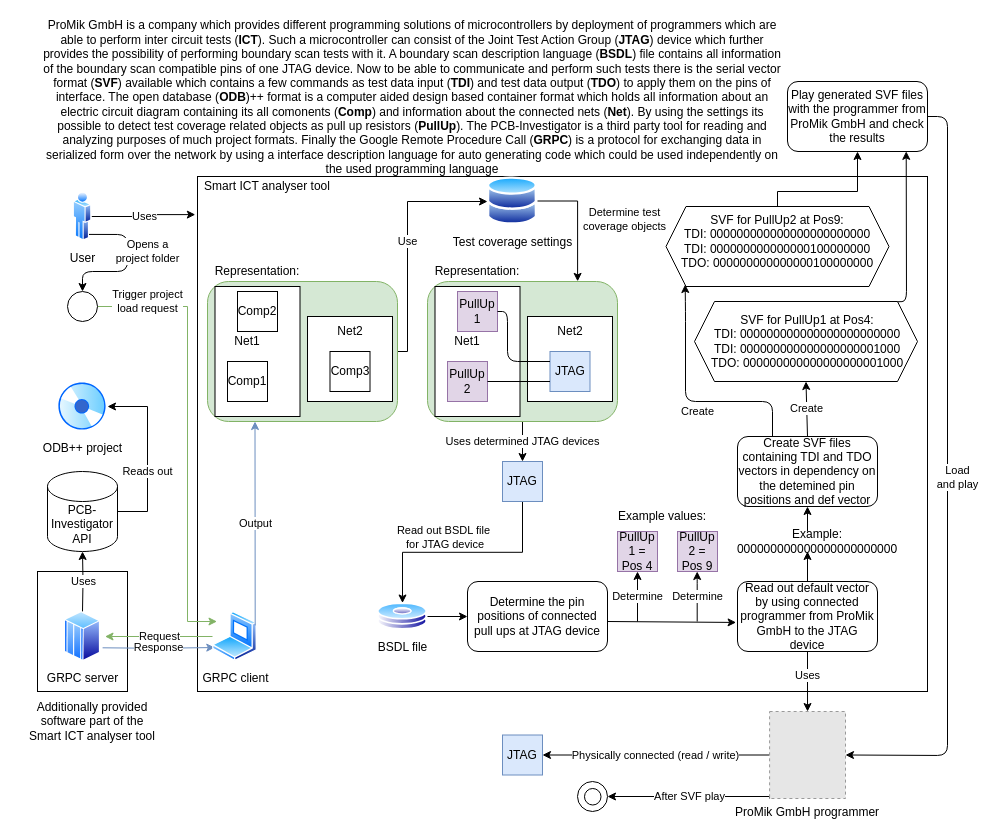
The draw.io diagram Master Thesis/drawios/poster.drawio in Razvanmatis/SmartIctAnalyzer, before the edit. Source tidied: cells renumbered, new cells numbered last; positions are measured from the earlier drawing's top-left corner, leaving out a move shared by most shapes. Both pictures are drawn from the tidied source at 100%, with x=0, y=0 at pixel (17, 17). Pictures stored in the file or linked from it are replaced by grey dashed boxes.
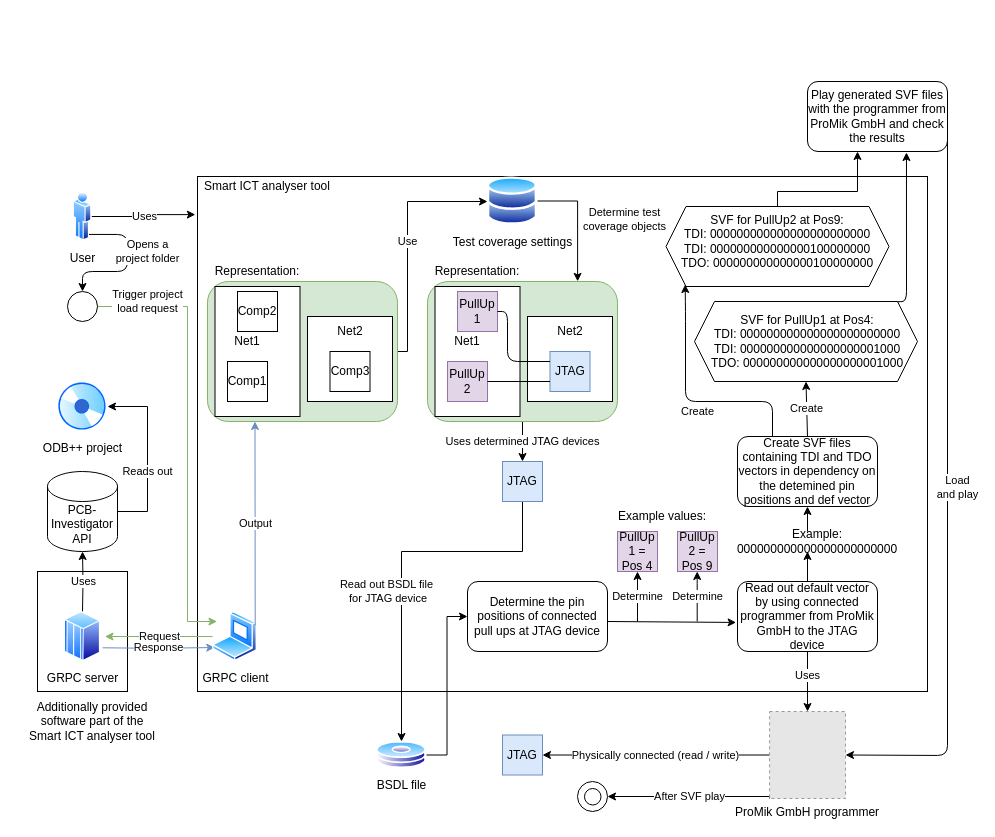
The same page after the edit.

Commit message (it also covers changes not shown here):
fin poster

Unchanged cells that the change refers to:
```xml
<mxCell id="32" value="JTAG" style="whiteSpace=wrap;html=1;fillColor=#dae8fc;strokeColor=#6c8ebf;" parent="1" vertex="1">
  <mxGeometry x="485" y="444" width="40" height="40" as="geometry" />
</mxCell>
<mxCell id="55" style="shape=hexagon;perimeter=hexagonPerimeter2;whiteSpace=wrap;html=1;fixedSize=1;" parent="1" vertex="1">
  <mxGeometry x="677" y="284" width="223" height="80" as="geometry" />
</mxCell>
<mxCell id="58" style="shape=hexagon;perimeter=hexagonPerimeter2;whiteSpace=wrap;html=1;fixedSize=1;" parent="1" vertex="1">
  <mxGeometry x="648.5" y="189" width="223" height="80" as="geometry" />
</mxCell>
```

The edit, as a diff of the source:
```diff
@@
     <mxCell id="31" value="Read out BSDL file&lt;br&gt;&amp;nbsp;for JTAG device" style="edgeStyle=orthogonalEdgeStyle;rounded=0;jettySize=auto;html=1;exitX=0.5;exitY=1;exitDx=0;exitDy=0;" parent="1" edge="1" source="32" target="34">
-      <mxGeometry x="0.17" y="-15" relative="1" as="geometry" />
+      <mxGeometry x="0.17" y="-15" relative="1" as="geometry">
+        <Array as="points">
+          <mxPoint x="505" y="534" />
+          <mxPoint x="384" y="534" />
+        </Array>
+      </mxGeometry>
     </mxCell>
@@
     <mxCell id="34" value="BSDL file" style="perimeter=ellipsePerimeter;html=1;align=center;shadow=0;dashed=0;spacingTop=3;image;image=img/lib/active_directory/hard_disk.svg;" parent="1" vertex="1">
-      <mxGeometry x="360" y="585.5" width="50" height="27" as="geometry" />
+      <mxGeometry x="359" y="724" width="50" height="27" as="geometry" />
     </mxCell>
@@
     <mxCell id="54" value="Play generated SVF files with the programmer from ProMik GmbH and check the results" style="rounded=1;whiteSpace=wrap;html=1;" parent="1" vertex="1">
-      <mxGeometry x="770" y="64" width="140" height="70" as="geometry" />
+      <mxGeometry x="790" y="64" width="140" height="70" as="geometry" />
     </mxCell>
@@
-    <mxCell id="57" style="edgeStyle=orthogonalEdgeStyle;rounded=0;jettySize=auto;html=1;exitX=0.5;exitY=0;exitDx=0;exitDy=0;entryX=0.5;entryY=1;entryDx=0;entryDy=0;" parent="1" edge="1" source="58" target="54">
+    <mxCell id="57" style="edgeStyle=orthogonalEdgeStyle;rounded=0;jettySize=auto;html=1;exitX=0.5;exitY=0;exitDx=0;exitDy=0;" parent="1" edge="1" source="58">
       <mxGeometry relative="1" as="geometry">
+        <mxPoint x="840" y="134" as="targetPoint" />
         <Array as="points">
           <mxPoint x="760" y="174" />
           <mxPoint x="840" y="174" />
         </Array>
       </mxGeometry>
     </mxCell>
@@
-    <mxCell id="60" style="endArrow=classic;html=1;exitX=0.91;exitY=0.003;exitDx=0;exitDy=0;exitPerimeter=0;entryX=0.848;entryY=0.998;entryDx=0;entryDy=0;entryPerimeter=0;" parent="1" edge="1" source="55" target="54">
+    <mxCell id="60" style="endArrow=classic;html=1;exitX=0.91;exitY=0.003;exitDx=0;exitDy=0;exitPerimeter=0;entryX=0.707;entryY=1.014;entryDx=0;entryDy=0;entryPerimeter=0;" parent="1" edge="1" source="55" target="54">
       <mxGeometry relative="1" as="geometry">
         <Array as="points">
           <mxPoint x="889" y="284" />
         </Array>
       </mxGeometry>
     </mxCell>
@@
-    <mxCell id="77" value="ProMik GmbH is a company which provides different programming solutions of microcontrollers by deployment of programmers which are&lt;br&gt;able to perform inter circuit tests (&lt;b&gt;ICT&lt;/b&gt;). Such a microcontroller can consist of the Joint Test Action Group (&lt;b&gt;JTAG&lt;/b&gt;) device which further&lt;br&gt;provides the possibility of performing boundary scan tests with it. A boundary scan description language (&lt;b&gt;BSDL&lt;/b&gt;) file contains all information&lt;br&gt;of the boundary scan compatible pins of one JTAG device. Now to be able to communicate and perform such tests there is the serial vector&lt;br&gt;format (&lt;b&gt;SVF&lt;/b&gt;) available which contains a few commands as test data input (&lt;b&gt;TDI&lt;/b&gt;) and test data output (&lt;b&gt;TDO&lt;/b&gt;) to apply them on the pins of&lt;br&gt;interface. The open database (&lt;b&gt;ODB&lt;/b&gt;)++ format is a computer aided design based container format which holds all information about an&lt;br&gt;electric circuit diagram containing its all comonents (&lt;b&gt;Comp&lt;/b&gt;) and information about the connected nets (&lt;b&gt;Net&lt;/b&gt;). By using the settings its&lt;br&gt;possible to detect test coverage related objects as pull up resistors (&lt;b&gt;PullUp&lt;/b&gt;). The PCB-Investigator is a third party tool for reading and&lt;br&gt;analyzing purposes of much project formats. Finally the Google Remote Procedure Call (&lt;b&gt;GRPC&lt;/b&gt;) is a protocol for exchanging data in&lt;br&gt;serialized form over the network by using a interface description language for auto generating code which could be used independently on&lt;br&gt;the used programming language" style="text;html=1;strokeColor=none;fillColor=none;align=center;verticalAlign=middle;whiteSpace=wrap;rounded=0;" parent="1" vertex="1">
-      <mxGeometry width="790" height="160" as="geometry" />
-    </mxCell>
```
